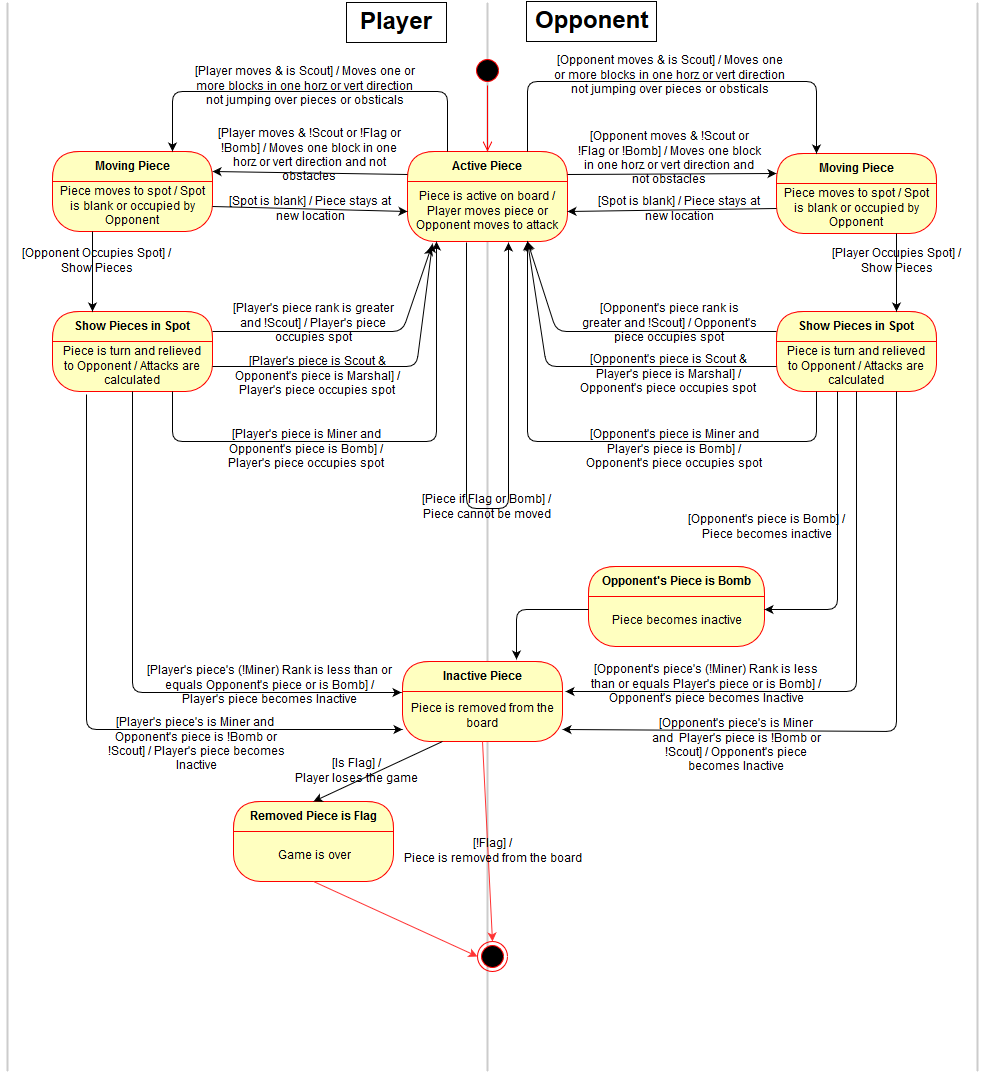
Before: uml/StateDiagram.png, a diagram exported from draw.io (blparri1/216-stratego). Source tidied: cells renumbered, new cells last; positions are measured from the earlier drawing's top-left corner, leaving out a move shared by most shapes.
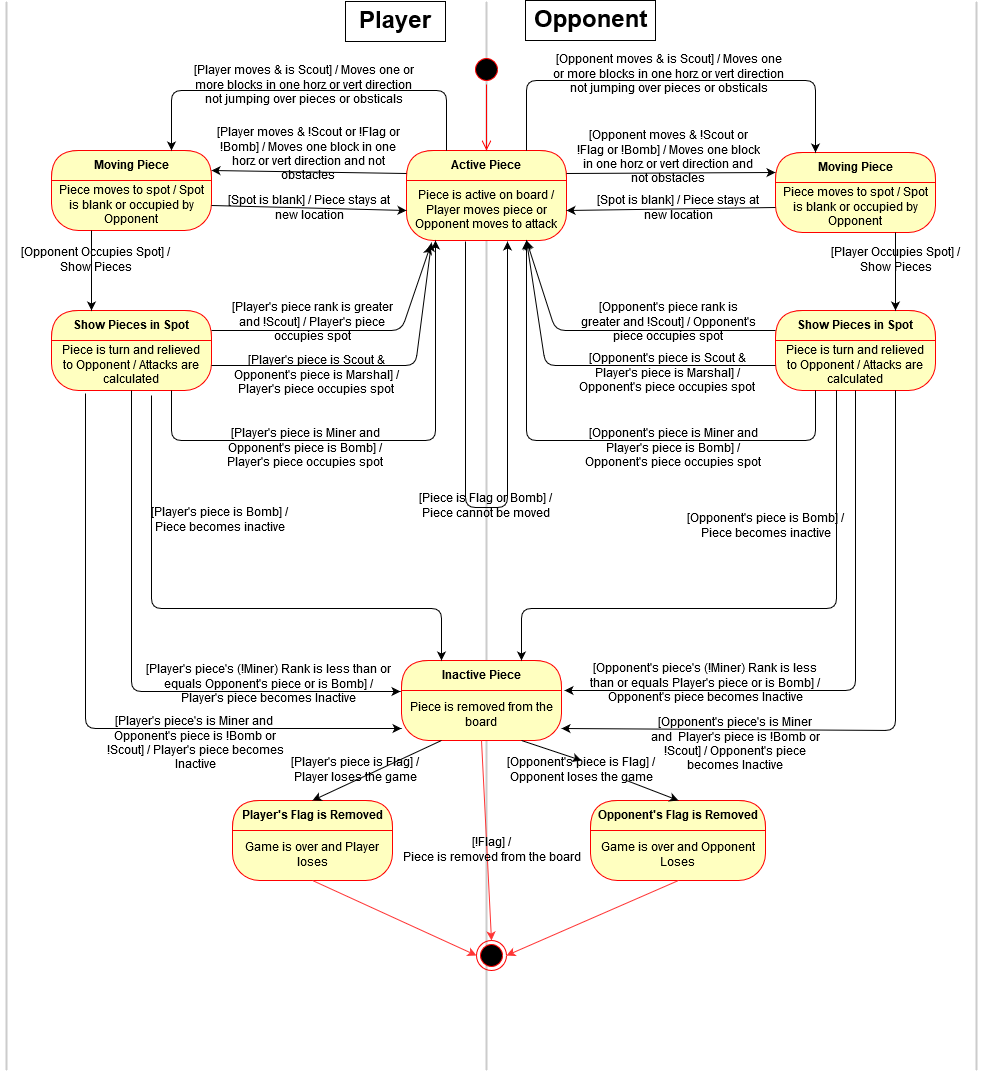
Later version of the same file.

Commit message:
State Chart update

Corrected Bomb states

What changed in the source:
```diff
@@ -1,4 +1,4 @@
-<mxGraphModel background="#ffffff">
+<mxGraphModel>
   <root>
     <mxCell id="0" />
     <mxCell id="1" parent="0" />
@@ -17,7 +17,7 @@
     <mxCell id="6" value="In library collection" style="text;html=1;strokeColor=none;fillColor=none;align=center;verticalAlign=middle;spacingLeft=4;spacingRight=4;whiteSpace=wrap;overflow=hidden;" parent="4" vertex="1">
       <mxGeometry y="80" width="160" as="geometry" />
     </mxCell>
-    <mxCell id="7" value="[Piece if Flag or Bomb] /&lt;br&gt;Piece cannot be moved" style="text;html=1;strokeColor=none;fillColor=none;align=center;verticalAlign=middle;whiteSpace=wrap;" parent="1" vertex="1">
+    <mxCell id="7" value="[Piece is Flag or Bomb] /&lt;br&gt;Piece cannot be moved" style="text;html=1;strokeColor=none;fillColor=none;align=center;verticalAlign=middle;whiteSpace=wrap;" parent="1" vertex="1">
       <mxGeometry x="394" y="496" width="180" height="20" as="geometry" />
     </mxCell>
     <mxCell id="8" style="group;" parent="1" vertex="1">
@@ -165,12 +165,12 @@
       <mxGeometry x="401" y="840" width="180" height="20" as="geometry" />
     </mxCell>
     <mxCell id="44" style="group;" parent="1" vertex="1">
-      <mxGeometry x="231" y="800" width="160" height="80" as="geometry" />
+      <mxGeometry x="231" y="800" width="170" height="90" as="geometry" />
     </mxCell>
-    <mxCell id="45" value="Removed Piece is Flag" style="swimlane;html=1;fontStyle=1;align=center;verticalAlign=middle;horizontal=1;startSize=30;rounded=1;arcSize=30;strokeColor=#ff0000;fillColor=#ffffc0;swimlaneFillColor=#ffffc0;" parent="44" vertex="1">
+    <mxCell id="45" value="Player's Flag is Removed" style="swimlane;html=1;fontStyle=1;align=center;verticalAlign=middle;horizontal=1;startSize=30;rounded=1;arcSize=30;strokeColor=#ff0000;fillColor=#ffffc0;swimlaneFillColor=#ffffc0;" parent="44" vertex="1">
       <mxGeometry width="160" height="80" as="geometry" />
     </mxCell>
-    <mxCell id="46" value="Game is over" style="text;html=1;strokeColor=none;fillColor=none;align=center;verticalAlign=middle;spacingLeft=4;spacingRight=4;whiteSpace=wrap;overflow=hidden;" parent="45" vertex="1">
+    <mxCell id="46" value="Game is over and Player loses" style="text;html=1;strokeColor=none;fillColor=none;align=center;verticalAlign=middle;spacingLeft=4;spacingRight=4;whiteSpace=wrap;overflow=hidden;" parent="45" vertex="1">
       <mxGeometry y="30" width="160" height="50" as="geometry" />
     </mxCell>
     <mxCell id="47" value="In library collection" style="text;html=1;strokeColor=none;fillColor=none;align=center;verticalAlign=middle;spacingLeft=4;spacingRight=4;whiteSpace=wrap;overflow=hidden;" parent="45" vertex="1">
@@ -179,7 +179,7 @@
     <mxCell id="48" style="endArrow=classic;html=1;strokeColor=#000000;exitX=0.25;exitY=1;entryX=0.5;entryY=0;" parent="1" edge="1" source="26" target="45">
       <mxGeometry relative="1" as="geometry" />
     </mxCell>
-    <mxCell id="49" value="[Is Flag] /&lt;br&gt;Player loses the game&lt;br&gt;" style="text;html=1;strokeColor=none;fillColor=none;align=center;verticalAlign=middle;whiteSpace=wrap;" parent="1" vertex="1">
+    <mxCell id="49" value="[Player's piece is Flag] /&lt;br&gt;Player loses the game" style="text;html=1;strokeColor=none;fillColor=none;align=center;verticalAlign=middle;whiteSpace=wrap;" parent="1" vertex="1">
       <mxGeometry x="264" y="760" width="180" height="20" as="geometry" />
     </mxCell>
     <mxCell id="50" style="endArrow=classic;html=1;exitX=0.5;exitY=1;entryX=0;entryY=0.5;strokeColor=#FF3333;" parent="1" edge="1" source="46" target="12">
@@ -289,29 +289,14 @@
     <mxCell id="76" style="group;" parent="1" vertex="1">
       <mxGeometry x="221" y="510" width="160" height="80" as="geometry" />
     </mxCell>
-    <mxCell id="77" value="Opponent's Piece is Bomb" style="swimlane;html=1;fontStyle=1;align=center;verticalAlign=middle;horizontal=1;startSize=30;rounded=1;arcSize=30;strokeColor=#ff0000;fillColor=#ffffc0;swimlaneFillColor=#ffffc0;" parent="1" vertex="1">
-      <mxGeometry x="586" y="565" width="176" height="80" as="geometry" />
-    </mxCell>
-    <mxCell id="78" value="Piece becomes inactive" style="text;html=1;strokeColor=none;fillColor=none;align=center;verticalAlign=middle;spacingLeft=4;spacingRight=4;whiteSpace=wrap;overflow=hidden;" parent="77" vertex="1">
-      <mxGeometry y="30" width="176" height="50" as="geometry" />
-    </mxCell>
-    <mxCell id="79" value="In library collection" style="text;html=1;strokeColor=none;fillColor=none;align=center;verticalAlign=middle;spacingLeft=4;spacingRight=4;whiteSpace=wrap;overflow=hidden;" parent="77" vertex="1">
-      <mxGeometry y="80" width="176" as="geometry" />
-    </mxCell>
-    <mxCell id="80" style="endArrow=classic;html=1;strokeColor=#000000;entryX=1;entryY=0.25;exitX=0.382;exitY=1.003;exitPerimeter=0;" parent="1" edge="1" source="61" target="78">
+    <mxCell id="80" style="endArrow=classic;html=1;strokeColor=#000000;entryX=0.75;entryY=0;exitX=0.382;exitY=1.003;exitPerimeter=0;" parent="1" edge="1" source="61" target="25">
       <mxGeometry relative="1" as="geometry">
         <Array as="points">
           <mxPoint x="835" y="608" />
+          <mxPoint x="520" y="608" />
         </Array>
       </mxGeometry>
     </mxCell>
-    <mxCell id="81" style="endArrow=classic;html=1;strokeColor=#000000;exitX=0;exitY=0.25;entryX=0.713;entryY=-0.025;entryPerimeter=0;" parent="1" edge="1" source="78" target="25">
-      <mxGeometry relative="1" as="geometry">
-        <Array as="points">
-          <mxPoint x="514" y="608" />
-        </Array>
-      </mxGeometry>
-    </mxCell>
     <mxCell id="82" value="[Opponent's piece is Bomb] /&lt;br&gt;Piece becomes inactive" style="text;html=1;strokeColor=none;fillColor=none;align=center;verticalAlign=middle;whiteSpace=wrap;" parent="1" vertex="1">
       <mxGeometry x="674" y="516" width="180" height="20" as="geometry" />
     </mxCell>
@@ -321,5 +306,37 @@
     <mxCell id="84" style="line;strokeWidth=2;direction=south;html=1;strokeColor=#CCCCCC;" parent="1" vertex="1">
       <mxGeometry y="1" width="10" height="1069" as="geometry" />
     </mxCell>
+    <mxCell id="85" style="endArrow=classic;html=1;strokeColor=#000000;exitX=0.625;exitY=1.1;exitPerimeter=0;entryX=0.25;entryY=0;" parent="1" edge="1" source="5" target="25">
+      <mxGeometry relative="1" as="geometry">
+        <Array as="points">
+          <mxPoint x="150" y="608" />
+          <mxPoint x="440" y="608" />
+        </Array>
+      </mxGeometry>
+    </mxCell>
+    <mxCell id="86" value="[Player's piece is Bomb] /&lt;br&gt;Piece becomes inactive" style="text;html=1;strokeColor=none;fillColor=none;align=center;verticalAlign=middle;whiteSpace=wrap;" parent="1" vertex="1">
+      <mxGeometry x="128" y="510" width="180" height="20" as="geometry" />
+    </mxCell>
+    <mxCell id="87" value="Opponent's Flag is Removed" style="swimlane;html=1;fontStyle=1;align=center;verticalAlign=middle;horizontal=1;startSize=30;rounded=1;arcSize=30;strokeColor=#ff0000;fillColor=#ffffc0;swimlaneFillColor=#ffffc0;" parent="1" vertex="1">
+      <mxGeometry x="589" y="800" width="175" height="80" as="geometry" />
+    </mxCell>
+    <mxCell id="88" value="Game is over and Opponent Loses" style="text;html=1;strokeColor=none;fillColor=none;align=center;verticalAlign=middle;spacingLeft=4;spacingRight=4;whiteSpace=wrap;overflow=hidden;" parent="87" vertex="1">
+      <mxGeometry y="30" width="175" height="50" as="geometry" />
+    </mxCell>
+    <mxCell id="79" value="In library collection" style="text;html=1;strokeColor=none;fillColor=none;align=center;verticalAlign=middle;spacingLeft=4;spacingRight=4;whiteSpace=wrap;overflow=hidden;" parent="87" vertex="1">
+      <mxGeometry y="80" width="175" as="geometry" />
+    </mxCell>
+    <mxCell id="89" style="endArrow=classic;html=1;strokeColor=#000000;exitX=0.75;exitY=1;entryX=0.5;entryY=0;" parent="1" edge="1" source="90" target="87">
+      <mxGeometry relative="1" as="geometry" />
+    </mxCell>
+    <mxCell id="90" value="[Opponent's piece is Flag] /&lt;br&gt;Opponent loses the game" style="text;html=1;strokeColor=none;fillColor=none;align=center;verticalAlign=middle;whiteSpace=wrap;" parent="1" vertex="1">
+      <mxGeometry x="490" y="760" width="180" height="20" as="geometry" />
+    </mxCell>
+    <mxCell id="91" style="endArrow=classic;html=1;strokeColor=#000000;exitX=0.75;exitY=1;entryX=0.5;entryY=0;" parent="1" edge="1" source="26" target="90">
+      <mxGeometry relative="1" as="geometry" />
+    </mxCell>
+    <mxCell id="92" style="endArrow=classic;html=1;exitX=0.5;exitY=1;entryX=1;entryY=0.5;strokeColor=#FF3333;" parent="1" edge="1" source="88" target="12">
+      <mxGeometry relative="1" as="geometry" />
+    </mxCell>
   </root>
 </mxGraphModel>
```
